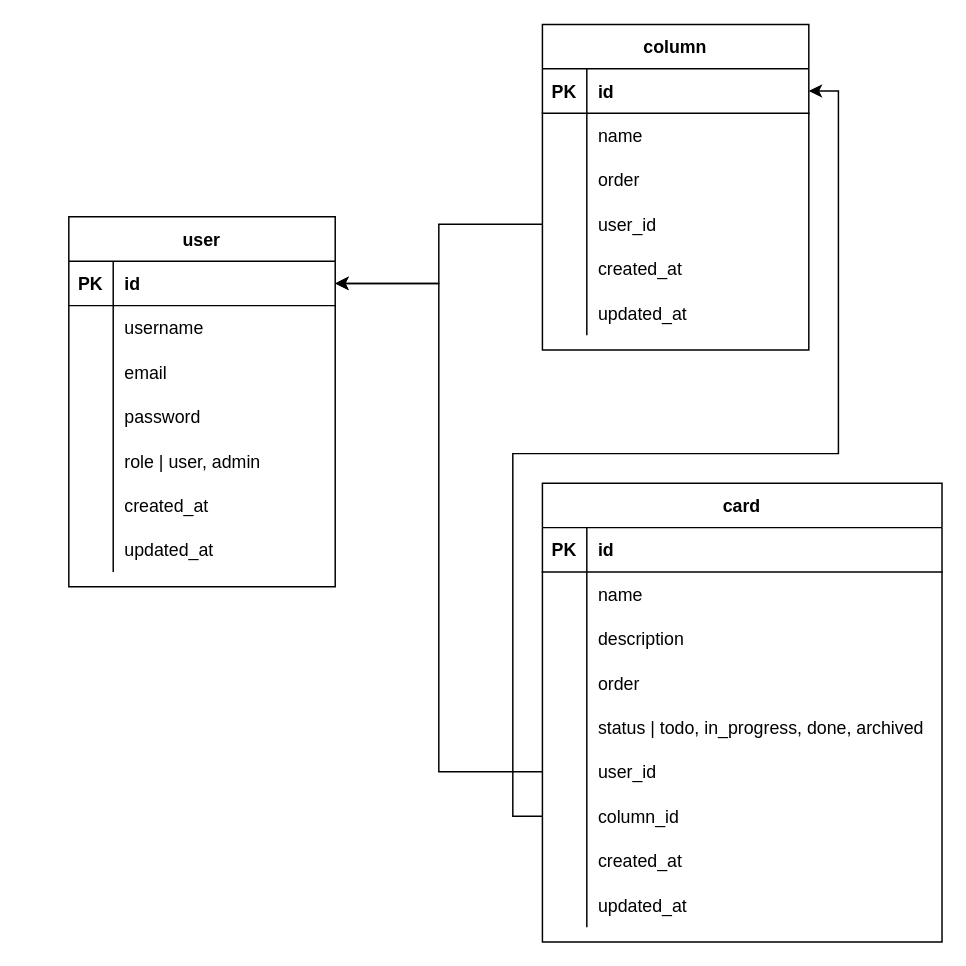
This is db-design.drawio from kzkaneoka/kanban-backend, a draw.io file, before an edit. Source tidied: cells renumbered, new cells numbered last; positions are measured from the earlier drawing's top-left corner, leaving out a move shared by most shapes. Both pictures are drawn from the tidied source at 148%, with x=0, y=0 at pixel (68, 24).
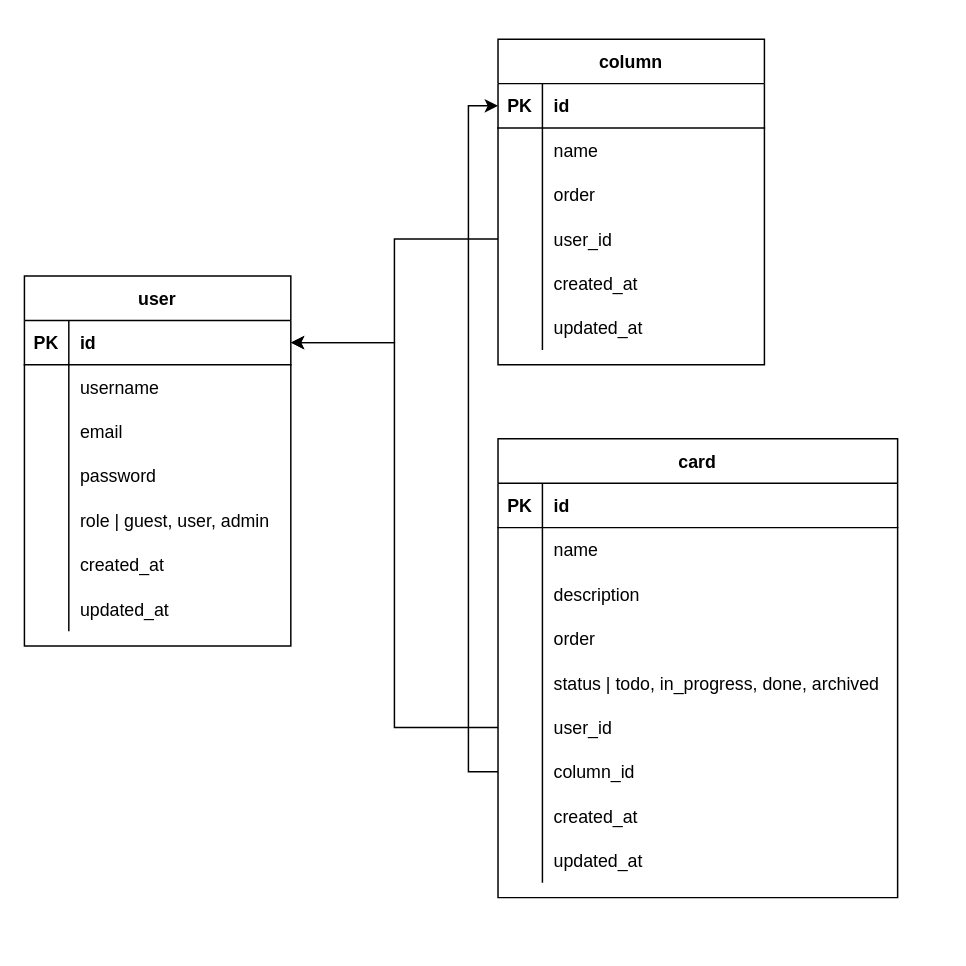
The same page after the edit.

Unchanged cells that the change refers to:
```xml
<mxCell id="3" style="shape=partialRectangle;fillColor=none;top=0;left=0;bottom=1;right=0;points=[[0,0.5],[1,0.5]];portConstraint=eastwest;" parent="2" vertex="1">
  <mxGeometry y="30" width="180" height="30" as="geometry" />
</mxCell>
<mxCell id="12" style="shape=partialRectangle;fillColor=none;top=0;left=0;bottom=0;right=0;points=[[0,0.5],[1,0.5]];portConstraint=eastwest;" parent="2" vertex="1">
  <mxGeometry y="120" width="180" height="30" as="geometry" />
</mxCell>
<mxCell id="37" style="shape=partialRectangle;fillColor=none;top=0;left=0;bottom=0;right=0;points=[[0,0.5],[1,0.5]];portConstraint=eastwest;" parent="21" vertex="1">
  <mxGeometry y="180" width="270" height="30" as="geometry" />
</mxCell>
<mxCell id="40" style="shape=partialRectangle;fillColor=none;top=0;left=0;bottom=0;right=0;points=[[0,0.5],[1,0.5]];portConstraint=eastwest;" parent="21" vertex="1">
  <mxGeometry y="210" width="270" height="30" as="geometry" />
</mxCell>
<mxCell id="50" style="shape=partialRectangle;fillColor=none;top=0;left=0;bottom=1;right=0;points=[[0,0.5],[1,0.5]];portConstraint=eastwest;" parent="49" vertex="1">
  <mxGeometry y="30" width="180" height="30" as="geometry" />
</mxCell>
<mxCell id="62" style="shape=partialRectangle;fillColor=none;top=0;left=0;bottom=0;right=0;" parent="49" vertex="1">
  <mxGeometry y="150" width="180" height="30" as="geometry" />
</mxCell>
```

The edit, as a diff of the source:
```diff
@@
     <mxCell id="2" value="column" style="shape=table;startSize=30;childLayout=tableLayout;rowLines=0;fontStyle=1;align=center;" parent="1" vertex="1">
-      <mxGeometry x="320" width="180" height="220" as="geometry" />
+      <mxGeometry x="290" y="10" width="180" height="220" as="geometry" />
     </mxCell>
@@
     <mxCell id="21" value="card" style="shape=table;startSize=30;childLayout=tableLayout;rowLines=0;fontStyle=1;align=center;" parent="1" vertex="1">
-      <mxGeometry x="320" y="310" width="270" height="310" as="geometry" />
+      <mxGeometry x="290" y="280" width="270" height="310" as="geometry" />
     </mxCell>
@@
     <mxCell id="49" value="user" style="shape=table;startSize=30;childLayout=tableLayout;rowLines=0;fontStyle=1;align=center;" parent="1" vertex="1">
-      <mxGeometry y="130" width="180" height="250" as="geometry" />
+      <mxGeometry x="-30" y="170" width="180" height="250" as="geometry" />
     </mxCell>
@@
-    <mxCell id="64" value="role | user, admin" style="shape=partialRectangle;fillColor=none;top=0;left=0;bottom=0;right=0;align=left;spacingLeft=6;overflow=hidden;" parent="62" vertex="1">
+    <mxCell id="64" value="role | guest, user, admin" style="shape=partialRectangle;fillColor=none;top=0;left=0;bottom=0;right=0;align=left;spacingLeft=6;overflow=hidden;" parent="62" vertex="1">
       <mxGeometry x="30" width="150" height="30" as="geometry" />
     </mxCell>
@@
+    <mxCell id="72" style="edgeStyle=orthogonalEdgeStyle;rounded=0;jettySize=auto;html=1;entryX=1;entryY=0.5;entryDx=0;entryDy=0;" parent="1" edge="1" source="37" target="50">
+      <mxGeometry relative="1" as="geometry" />
+    </mxCell>
-    <mxCell id="71" style="edgeStyle=orthogonalEdgeStyle;rounded=0;jettySize=auto;html=1;entryX=1;entryY=0.5;entryDx=0;entryDy=0;" parent="1" edge="1" source="12" target="50">
+    <mxCell id="71" style="edgeStyle=orthogonalEdgeStyle;rounded=0;jettySize=auto;html=1;" parent="1" edge="1" source="12" target="50">
       <mxGeometry relative="1" as="geometry" />
     </mxCell>
-    <mxCell id="72" style="edgeStyle=orthogonalEdgeStyle;rounded=0;jettySize=auto;html=1;" parent="1" edge="1" source="37" target="50">
-      <mxGeometry relative="1" as="geometry" />
-    </mxCell>
-    <mxCell id="73" style="edgeStyle=orthogonalEdgeStyle;rounded=0;jettySize=auto;html=1;entryX=1;entryY=0.5;entryDx=0;entryDy=0;" parent="1" edge="1" source="40" target="3">
+    <mxCell id="73" style="edgeStyle=orthogonalEdgeStyle;rounded=0;jettySize=auto;html=1;entryX=0;entryY=0.5;entryDx=0;entryDy=0;" parent="1" edge="1" source="40" target="3">
       <mxGeometry relative="1" as="geometry" />
     </mxCell>
```
